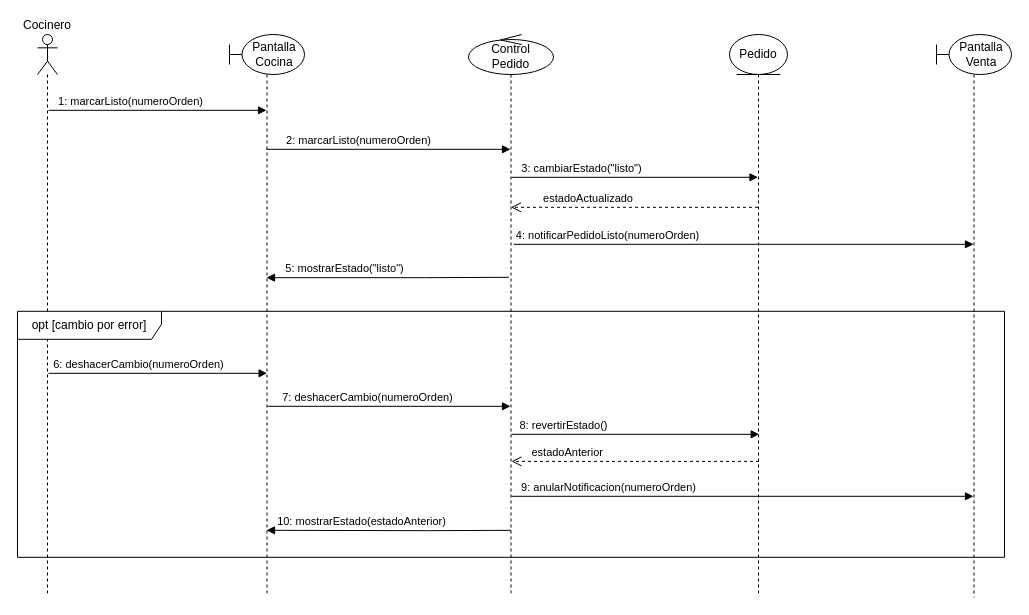
Above: Ae5-Modelos-UML/fuentes/SEQ02-actualizar-estado-pedido.drawio in tonysanginez/UCOM304-Sistema-Facturacion-Sushi (draw.io), before the change. Source tidied: cells renumbered, new cells numbered last; positions are measured from the earlier drawing's top-left corner, leaving out a move shared by most shapes. Both pictures are drawn from the tidied source at 100%, with x=0, y=0 at pixel (17, 34).
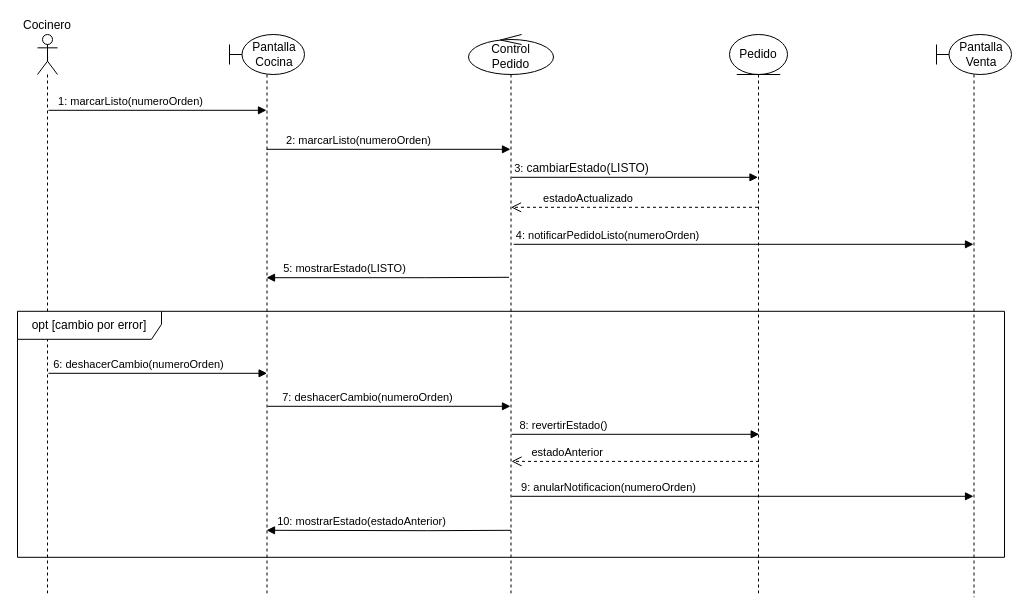
After the change.

The change refers to these unchanged cells:
```xml
<mxCell id="3" value="Pantalla&lt;div&gt;Cocina&lt;/div&gt;" style="shape=umlLifeline;perimeter=lifelinePerimeter;whiteSpace=wrap;html=1;outlineConnect=0;portConstraint=eastwest;newEdgeStyle={&quot;curved&quot;:0,&quot;rounded&quot;:0};participant=umlBoundary;align=center;labelPosition=center;verticalLabelPosition=middle;verticalAlign=middle;spacingLeft=15;" parent="1" vertex="1">
  <mxGeometry x="212" width="75" height="558.8" as="geometry" />
</mxCell>
<mxCell id="5" value="Pedido" style="shape=umlLifeline;perimeter=lifelinePerimeter;whiteSpace=wrap;html=1;outlineConnect=0;portConstraint=eastwest;newEdgeStyle={&quot;curved&quot;:0,&quot;rounded&quot;:0};participant=umlEntity;" parent="1" vertex="1">
  <mxGeometry x="712" width="58" height="558.8" as="geometry" />
</mxCell>
```

Change to the diagram source:
```diff
@@
-    <mxCell id="9" value="3: cambiarEstado(&quot;listo&quot;)" style="html=1;verticalAlign=bottom;endArrow=block;curved=0;rounded=0;align=center;labelPosition=left;verticalLabelPosition=top;spacingLeft=0;spacingRight=0;" parent="1" edge="1" target="5">
+    <mxCell id="9" value="3:&amp;nbsp;&lt;span style=&quot;color: rgb(11, 11, 11); font-size: 12px; text-align: start;&quot;&gt;cambiarEstado(LISTO)&lt;/span&gt;" style="html=1;verticalAlign=bottom;endArrow=block;curved=0;rounded=0;align=center;labelPosition=left;verticalLabelPosition=top;spacingLeft=0;spacingRight=0;fontFamily=Helvetica;" parent="1" edge="1" target="5">
       <mxGeometry x="-0.43" relative="1" as="geometry">
         <mxPoint x="494" y="142.8" as="sourcePoint" />
       </mxGeometry>
     </mxCell>
@@
-    <mxCell id="12" value="5: mostrarEstado(&quot;listo&quot;)" style="html=1;verticalAlign=bottom;endArrow=none;curved=0;rounded=0;startArrow=block;startFill=1;endFill=0;" parent="1" edge="1" source="3">
+    <mxCell id="12" value="5: mostrarEstado(LISTO)" style="html=1;verticalAlign=bottom;endArrow=none;curved=0;rounded=0;startArrow=block;startFill=1;endFill=0;" parent="1" edge="1" source="3">
       <mxGeometry x="-0.36" relative="1" as="geometry">
         <mxPoint x="491.5" y="242.8" as="targetPoint" />
         <Array as="points">
           <mxPoint x="408.1" y="243.2" />
         </Array>
       </mxGeometry>
     </mxCell>
```
